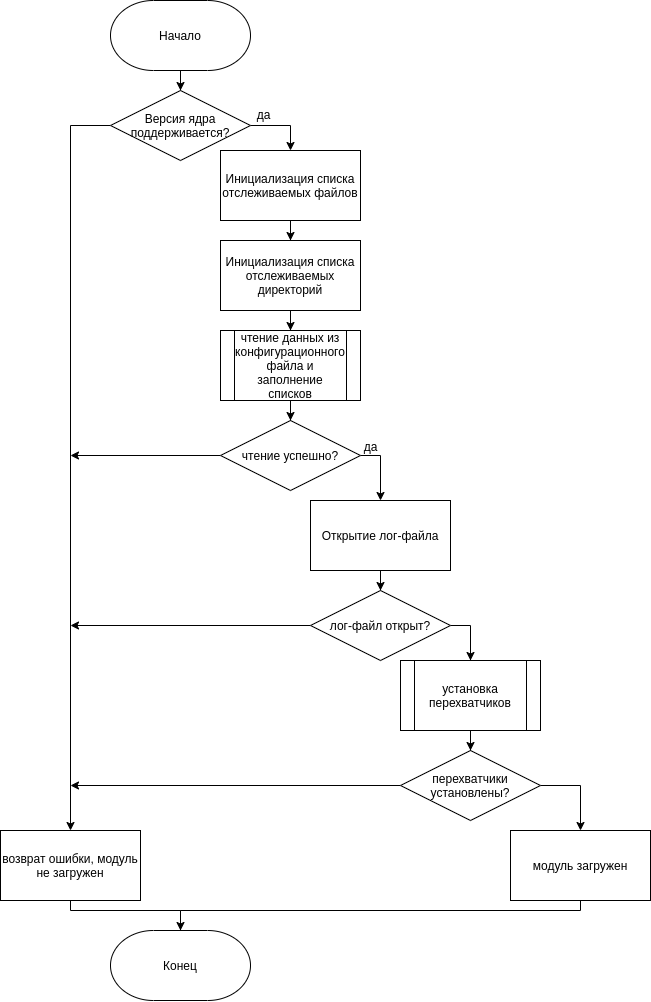
Before: report/img/load.png, a diagram exported from draw.io (Painted-Black/BMSTU-OS-Course-Project). Source tidied: cells renumbered, new cells last; positions are measured from the earlier drawing's top-left corner, leaving out a move shared by most shapes.
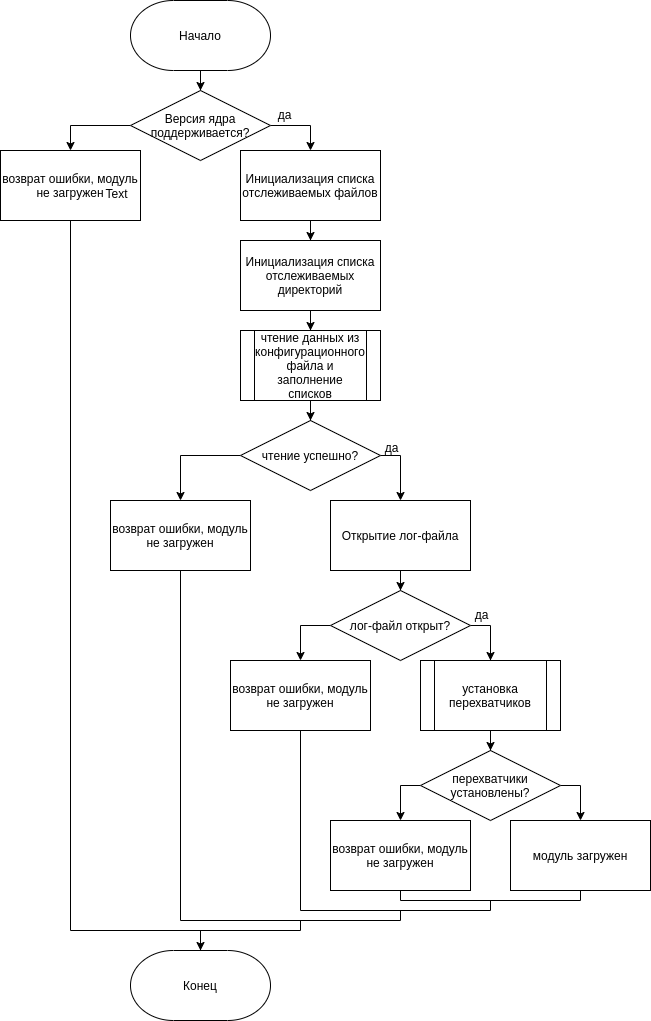
The same file after the commit.

What changed in the source:
```diff
@@ -42,10 +42,8 @@
         <mxPoint x="-7.6" y="-10" as="offset" />
       </mxGeometry>
     </mxCell>
-    <mxCell id="14" style="edgeStyle=orthogonalEdgeStyle;rounded=0;jettySize=auto;html=1;" parent="1" edge="1" source="15">
-      <mxGeometry relative="1" as="geometry">
-        <mxPoint x="70" y="455" as="targetPoint" />
-      </mxGeometry>
+    <mxCell id="14" style="edgeStyle=orthogonalEdgeStyle;rounded=0;jettySize=auto;html=1;entryX=0.5;entryY=0;entryDx=0;entryDy=0;exitX=0;exitY=0.5;exitDx=0;exitDy=0;" parent="1" edge="1" source="15" target="41">
+      <mxGeometry relative="1" as="geometry" />
     </mxCell>
     <mxCell id="15" value="чтение успешно?" style="rhombus;whiteSpace=wrap;html=1;strokeWidth=1;" parent="1" vertex="1">
       <mxGeometry x="220" y="420" width="140" height="70" as="geometry" />
@@ -69,10 +67,13 @@
         <mxPoint x="470" y="660" as="targetPoint" />
       </mxGeometry>
     </mxCell>
+    <mxCell id="33" value="да" style="text;html=1;align=center;verticalAlign=middle;labelBackgroundColor=#ffffff;" parent="20" vertex="1">
+      <mxGeometry x="0.79" y="1" relative="1" as="geometry">
+        <mxPoint x="-11" y="-40" as="offset" />
+      </mxGeometry>
+    </mxCell>
-    <mxCell id="21" style="edgeStyle=orthogonalEdgeStyle;rounded=0;jettySize=auto;html=1;" parent="1" edge="1" source="22">
-      <mxGeometry relative="1" as="geometry">
-        <mxPoint x="70" y="625" as="targetPoint" />
-      </mxGeometry>
+    <mxCell id="21" style="edgeStyle=orthogonalEdgeStyle;rounded=0;jettySize=auto;html=1;exitX=0;exitY=0.5;exitDx=0;exitDy=0;" parent="1" edge="1" source="22" target="39">
+      <mxGeometry relative="1" as="geometry" />
     </mxCell>
     <mxCell id="22" value="лог-файл открыт?" style="rhombus;whiteSpace=wrap;html=1;strokeWidth=1;" parent="1" vertex="1">
       <mxGeometry x="310" y="590" width="140" height="70" as="geometry" />
@@ -80,10 +81,8 @@
     <mxCell id="23" style="edgeStyle=orthogonalEdgeStyle;rounded=0;jettySize=auto;html=1;exitX=1;exitY=0.5;exitDx=0;exitDy=0;" parent="1" edge="1" source="25" target="29">
       <mxGeometry relative="1" as="geometry" />
     </mxCell>
-    <mxCell id="24" style="edgeStyle=orthogonalEdgeStyle;rounded=0;jettySize=auto;html=1;" parent="1" edge="1" source="25">
-      <mxGeometry relative="1" as="geometry">
-        <mxPoint x="70" y="785" as="targetPoint" />
-      </mxGeometry>
+    <mxCell id="24" style="edgeStyle=orthogonalEdgeStyle;rounded=0;jettySize=auto;html=1;exitX=0;exitY=0.5;exitDx=0;exitDy=0;" parent="1" edge="1" source="25" target="37">
+      <mxGeometry relative="1" as="geometry" />
     </mxCell>
     <mxCell id="25" value="перехватчики установлены?" style="rhombus;whiteSpace=wrap;html=1;strokeWidth=1;" parent="1" vertex="1">
       <mxGeometry x="400" y="750" width="140" height="70" as="geometry" />
@@ -94,31 +93,66 @@
     <mxCell id="27" value="установка перехватчиков" style="shape=process;whiteSpace=wrap;html=1;backgroundOutline=1;strokeWidth=1;" parent="1" vertex="1">
       <mxGeometry x="400" y="660" width="140" height="70" as="geometry" />
     </mxCell>
-    <mxCell id="28" style="edgeStyle=orthogonalEdgeStyle;rounded=0;jettySize=auto;html=1;exitX=0.5;exitY=1;exitDx=0;exitDy=0;" parent="1" edge="1" source="29">
-      <mxGeometry relative="1" as="geometry">
-        <mxPoint x="180" y="940" as="targetPoint" />
-        <Array as="points">
-          <mxPoint x="580" y="910" />
-          <mxPoint x="180" y="910" />
-        </Array>
-      </mxGeometry>
-    </mxCell>
     <mxCell id="29" value="модуль загружен" style="rounded=0;whiteSpace=wrap;html=1;strokeWidth=1;" parent="1" vertex="1">
-      <mxGeometry x="510" y="830" width="140" height="70" as="geometry" />
+      <mxGeometry x="490" y="820" width="140" height="70" as="geometry" />
     </mxCell>
+    <mxCell id="34" style="edgeStyle=orthogonalEdgeStyle;rounded=0;jettySize=auto;html=1;endArrow=none;endFill=0;startArrow=classic;startFill=1;" parent="1" edge="1" source="30">
+      <mxGeometry relative="1" as="geometry">
+        <mxPoint x="180" y="930" as="targetPoint" />
+      </mxGeometry>
+    </mxCell>
     <mxCell id="30" value="Конец" style="strokeWidth=1;html=1;shape=mxgraph.flowchart.terminator;whiteSpace=wrap;" parent="1" vertex="1">
-      <mxGeometry x="110" y="930" width="140" height="70" as="geometry" />
+      <mxGeometry x="110" y="950" width="140" height="70" as="geometry" />
     </mxCell>
-    <mxCell id="31" style="edgeStyle=orthogonalEdgeStyle;rounded=0;jettySize=auto;html=1;entryX=0.5;entryY=0;entryDx=0;entryDy=0;entryPerimeter=0;" parent="1" edge="1" source="32" target="30">
-      <mxGeometry relative="1" as="geometry">
-        <Array as="points">
-          <mxPoint x="70" y="910" />
-          <mxPoint x="180" y="910" />
-        </Array>
-      </mxGeometry>
-    </mxCell>
+    <mxCell id="35" style="edgeStyle=orthogonalEdgeStyle;rounded=0;jettySize=auto;html=1;endArrow=none;endFill=0;exitX=0.5;exitY=1;exitDx=0;exitDy=0;" parent="1" edge="1" source="32">
+      <mxGeometry relative="1" as="geometry">
+        <mxPoint x="280" y="920" as="targetPoint" />
+        <Array as="points">
+          <mxPoint x="50" y="930" />
+          <mxPoint x="280" y="930" />
+        </Array>
+      </mxGeometry>
+    </mxCell>
     <mxCell id="32" value="возврат ошибки, модуль не загружен" style="rounded=0;whiteSpace=wrap;html=1;strokeWidth=1;" parent="1" vertex="1">
-      <mxGeometry y="830" width="140" height="70" as="geometry" />
+      <mxGeometry x="-20" y="150" width="140" height="70" as="geometry" />
     </mxCell>
+    <mxCell id="36" style="edgeStyle=orthogonalEdgeStyle;rounded=0;jettySize=auto;html=1;entryX=0.5;entryY=1;entryDx=0;entryDy=0;exitX=0.5;exitY=1;exitDx=0;exitDy=0;endArrow=none;endFill=0;" parent="1" edge="1" source="37" target="29">
+      <mxGeometry relative="1" as="geometry">
+        <Array as="points">
+          <mxPoint x="380" y="900" />
+          <mxPoint x="560" y="900" />
+        </Array>
+      </mxGeometry>
+    </mxCell>
+    <mxCell id="37" value="возврат ошибки, модуль не загружен" style="rounded=0;whiteSpace=wrap;html=1;strokeWidth=1;" parent="1" vertex="1">
+      <mxGeometry x="310" y="820" width="140" height="70" as="geometry" />
+    </mxCell>
+    <mxCell id="38" style="edgeStyle=orthogonalEdgeStyle;rounded=0;jettySize=auto;html=1;endArrow=none;endFill=0;exitX=0.5;exitY=1;exitDx=0;exitDy=0;" parent="1" edge="1" source="39">
+      <mxGeometry relative="1" as="geometry">
+        <mxPoint x="470" y="900" as="targetPoint" />
+        <Array as="points">
+          <mxPoint x="280" y="910" />
+          <mxPoint x="470" y="910" />
+        </Array>
+      </mxGeometry>
+    </mxCell>
+    <mxCell id="39" value="возврат ошибки, модуль не загружен" style="rounded=0;whiteSpace=wrap;html=1;strokeWidth=1;" parent="1" vertex="1">
+      <mxGeometry x="210" y="660" width="140" height="70" as="geometry" />
+    </mxCell>
+    <mxCell id="40" style="edgeStyle=orthogonalEdgeStyle;rounded=0;jettySize=auto;html=1;endArrow=none;endFill=0;exitX=0.5;exitY=1;exitDx=0;exitDy=0;" parent="1" edge="1" source="41">
+      <mxGeometry relative="1" as="geometry">
+        <mxPoint x="380" y="910" as="targetPoint" />
+        <Array as="points">
+          <mxPoint x="160" y="920" />
+          <mxPoint x="380" y="920" />
+        </Array>
+      </mxGeometry>
+    </mxCell>
+    <mxCell id="41" value="возврат ошибки, модуль не загружен" style="rounded=0;whiteSpace=wrap;html=1;strokeWidth=1;" parent="1" vertex="1">
+      <mxGeometry x="90" y="500" width="140" height="70" as="geometry" />
+    </mxCell>
+    <mxCell id="42" value="Text" style="text;html=1;align=center;verticalAlign=middle;" parent="1" vertex="1">
+      <mxGeometry x="76" y="183" width="40" height="20" as="geometry" />
+    </mxCell>
   </root>
 </mxGraphModel>
```
